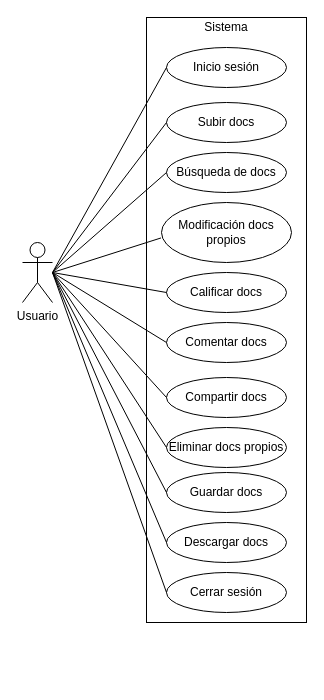
Above: diagrams/C1.4CasosDeUso_Usuari.drawio in Bernal03/AnalisisAvanzado_Repositorio_Bernal (draw.io), before the change. Source tidied: cells renumbered, new cells numbered last; positions are measured from the earlier drawing's top-left corner, leaving out a move shared by most shapes. Both pictures are drawn from the tidied source at 100%, with x=0, y=0 at pixel (22, 17).
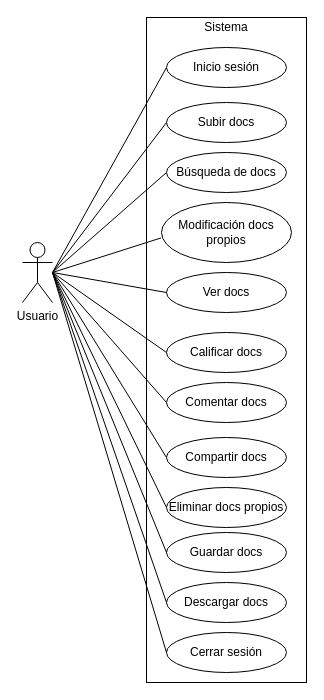
The same page after the edit.

The edit, as a diff of the source:
```diff
@@
     <mxCell id="3" style="rounded=0;whiteSpace=wrap;html=1;" parent="1" vertex="1">
-      <mxGeometry x="124" width="160" height="605" as="geometry" />
+      <mxGeometry x="124" width="160" height="665" as="geometry" />
     </mxCell>
@@
     <mxCell id="8" value="Calificar docs" style="ellipse;whiteSpace=wrap;html=1;" parent="1" vertex="1">
-      <mxGeometry x="144" y="255" width="120" height="40" as="geometry" />
+      <mxGeometry x="144" y="315" width="120" height="40" as="geometry" />
     </mxCell>
     <mxCell id="9" value="Comentar docs" style="ellipse;whiteSpace=wrap;html=1;" parent="1" vertex="1">
-      <mxGeometry x="144" y="305" width="120" height="40" as="geometry" />
+      <mxGeometry x="144" y="365" width="120" height="40" as="geometry" />
     </mxCell>
@@
     <mxCell id="11" value="Cerrar sesión" style="ellipse;whiteSpace=wrap;html=1;" parent="1" vertex="1">
-      <mxGeometry x="144" y="555" width="120" height="40" as="geometry" />
+      <mxGeometry x="144" y="615" width="120" height="40" as="geometry" />
     </mxCell>
     <mxCell id="12" value="Eliminar docs propios" style="ellipse;whiteSpace=wrap;html=1;" parent="1" vertex="1">
-      <mxGeometry x="144" y="410" width="120" height="40" as="geometry" />
+      <mxGeometry x="144" y="470" width="120" height="40" as="geometry" />
     </mxCell>
     <mxCell id="13" value="Compartir docs" style="ellipse;whiteSpace=wrap;html=1;" parent="1" vertex="1">
-      <mxGeometry x="144" y="360" width="120" height="40" as="geometry" />
+      <mxGeometry x="144" y="420" width="120" height="40" as="geometry" />
     </mxCell>
@@
     <mxCell id="23" value="Guardar docs" style="ellipse;whiteSpace=wrap;html=1;" parent="1" vertex="1">
-      <mxGeometry x="144" y="455" width="120" height="40" as="geometry" />
+      <mxGeometry x="144" y="515" width="120" height="40" as="geometry" />
     </mxCell>
     <mxCell id="24" value="Descargar docs" style="ellipse;whiteSpace=wrap;html=1;" parent="1" vertex="1">
-      <mxGeometry x="144" y="505" width="120" height="40" as="geometry" />
+      <mxGeometry x="144" y="565" width="120" height="40" as="geometry" />
     </mxCell>
@@
+    <mxCell id="27" value="Ver docs" style="ellipse;whiteSpace=wrap;html=1;" parent="1" vertex="1">
+      <mxGeometry x="144" y="255" width="120" height="40" as="geometry" />
+    </mxCell>
+    <mxCell id="28" style="endArrow=none;html=1;entryX=0;entryY=0.5;entryDx=0;entryDy=0;" parent="1" edge="1" target="27">
+      <mxGeometry relative="1" as="geometry">
+        <mxPoint x="30" y="255" as="sourcePoint" />
+      </mxGeometry>
+    </mxCell>
```
